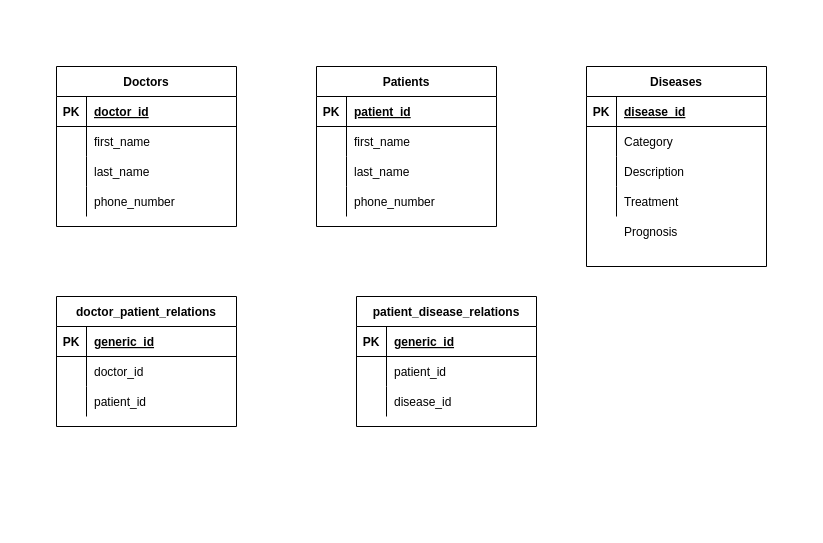
Earlier version of the draw.io diagram page "medical_center" (2 of 7) of hackOrSnooze/Untitled Diagram.drawio (brianjburrow/draw.io). Source tidied: cells renumbered, new cells numbered last; positions are measured from the earlier drawing's top-left corner, leaving out a move shared by most shapes. Both pictures are drawn from the tidied source at 100%, with x=0, y=0 at pixel (56, 66).
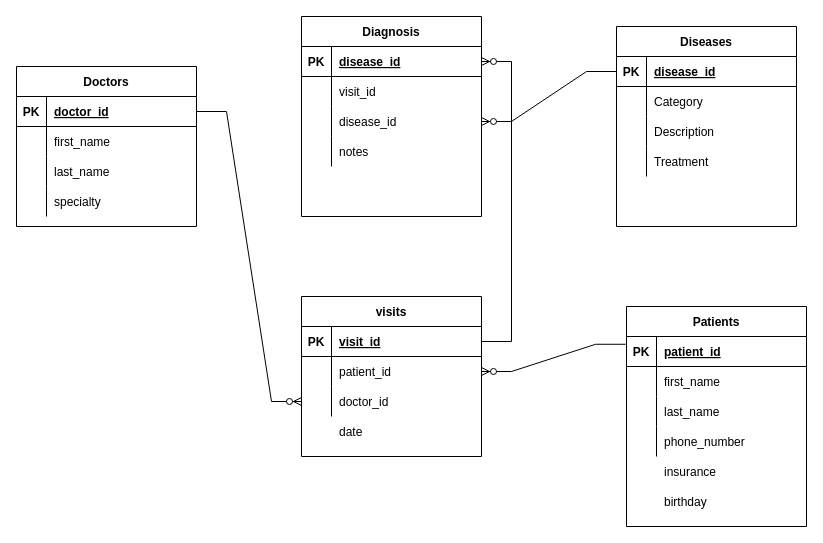
Above is the later version.

The change refers to these unchanged cells:
```xml
<mxCell id="3" style="shape=partialRectangle;fillColor=none;top=0;left=0;bottom=1;right=0;points=[[0,0.5],[1,0.5]];portConstraint=eastwest;" parent="2" vertex="1">
  <mxGeometry y="30" width="180" height="30" as="geometry" />
</mxCell>
<mxCell id="12" style="shape=partialRectangle;fillColor=none;top=0;left=0;bottom=0;right=0;" parent="2" vertex="1">
  <mxGeometry y="120" width="180" height="30" as="geometry" />
</mxCell>
<mxCell id="16" style="shape=partialRectangle;fillColor=none;top=0;left=0;bottom=1;right=0;points=[[0,0.5],[1,0.5]];portConstraint=eastwest;" parent="15" vertex="1">
  <mxGeometry y="30" width="180" height="30" as="geometry" />
</mxCell>
<mxCell id="29" style="shape=partialRectangle;fillColor=none;top=0;left=0;bottom=1;right=0;points=[[0,0.5],[1,0.5]];portConstraint=eastwest;" parent="28" vertex="1">
  <mxGeometry y="30" width="180" height="30" as="geometry" />
</mxCell>
<mxCell id="52" style="shape=partialRectangle;fillColor=none;top=0;left=0;bottom=1;right=0;points=[[0,0.5],[1,0.5]];portConstraint=eastwest;" parent="51" vertex="1">
  <mxGeometry y="30" width="180" height="30" as="geometry" />
</mxCell>
<mxCell id="55" style="shape=partialRectangle;fillColor=none;top=0;left=0;bottom=0;right=0;points=[[0,0.5],[1,0.5]];portConstraint=eastwest;" parent="51" vertex="1">
  <mxGeometry y="60" width="180" height="30" as="geometry" />
</mxCell>
<mxCell id="58" style="shape=partialRectangle;fillColor=none;top=0;left=0;bottom=0;right=0;points=[[0,0.5],[1,0.5]];portConstraint=eastwest;" parent="51" vertex="1">
  <mxGeometry y="90" width="180" height="30" as="geometry" />
</mxCell>
```

Change to the diagram source:
```diff
@@
     <mxCell id="2" value="Doctors" style="shape=table;startSize=30;childLayout=tableLayout;rowLines=0;fontStyle=1;align=center;" parent="1" vertex="1">
-      <mxGeometry width="180" height="160" as="geometry" />
+      <mxGeometry x="-40" width="180" height="160" as="geometry" />
     </mxCell>
@@
-    <mxCell id="14" value="phone_number" style="shape=partialRectangle;fillColor=none;top=0;left=0;bottom=0;right=0;align=left;spacingLeft=6;overflow=hidden;" parent="12" vertex="1">
+    <mxCell id="14" value="specialty" style="shape=partialRectangle;fillColor=none;top=0;left=0;bottom=0;right=0;align=left;spacingLeft=6;overflow=hidden;" parent="12" vertex="1">
       <mxGeometry x="30" width="150" height="30" as="geometry" />
     </mxCell>
     <mxCell id="15" value="Patients" style="shape=table;startSize=30;childLayout=tableLayout;rowLines=0;fontStyle=1;align=center;" parent="1" vertex="1">
-      <mxGeometry x="260" width="180" height="160" as="geometry" />
+      <mxGeometry x="570" y="240" width="180" height="220" as="geometry" />
     </mxCell>
@@
     <mxCell id="28" value="Diseases" style="shape=table;startSize=30;childLayout=tableLayout;rowLines=0;fontStyle=1;align=center;" parent="1" vertex="1">
-      <mxGeometry x="530" width="180" height="200" as="geometry" />
+      <mxGeometry x="560" y="-40" width="180" height="200" as="geometry" />
     </mxCell>
@@
-    <mxCell id="41" value="doctor_patient_relations" style="shape=table;startSize=30;childLayout=tableLayout;rowLines=0;fontStyle=1;align=center;" parent="1" vertex="1">
-      <mxGeometry y="230" width="180" height="130" as="geometry" />
-    </mxCell>
-    <mxCell id="42" style="shape=partialRectangle;fillColor=none;top=0;left=0;bottom=1;right=0;points=[[0,0.5],[1,0.5]];portConstraint=eastwest;" parent="41" vertex="1">
-      <mxGeometry y="30" width="180" height="30" as="geometry" />
-    </mxCell>
-    <mxCell id="43" value="PK" style="shape=partialRectangle;fillColor=none;top=0;left=0;bottom=0;right=0;fontStyle=1;overflow=hidden;" parent="42" vertex="1">
-      <mxGeometry width="30" height="30" as="geometry" />
-    </mxCell>
-    <mxCell id="44" value="generic_id" style="shape=partialRectangle;fillColor=none;top=0;left=0;bottom=0;right=0;align=left;spacingLeft=6;fontStyle=5;overflow=hidden;" parent="42" vertex="1">
-      <mxGeometry x="30" width="150" height="30" as="geometry" />
-    </mxCell>
-    <mxCell id="45" style="shape=partialRectangle;fillColor=none;top=0;left=0;bottom=0;right=0;" parent="41" vertex="1">
-      <mxGeometry y="60" width="180" height="30" as="geometry" />
-    </mxCell>
-    <mxCell id="46" style="shape=partialRectangle;fillColor=none;top=0;left=0;bottom=0;right=0;overflow=hidden;" parent="45" vertex="1">
-      <mxGeometry width="30" height="30" as="geometry" />
-    </mxCell>
-    <mxCell id="47" value="doctor_id" style="shape=partialRectangle;fillColor=none;top=0;left=0;bottom=0;right=0;align=left;spacingLeft=6;overflow=hidden;" parent="45" vertex="1">
-      <mxGeometry x="30" width="150" height="30" as="geometry" />
-    </mxCell>
-    <mxCell id="48" style="shape=partialRectangle;fillColor=none;top=0;left=0;bottom=0;right=0;points=[[0,0.5],[1,0.5]];portConstraint=eastwest;" parent="41" vertex="1">
-      <mxGeometry y="90" width="180" height="30" as="geometry" />
-    </mxCell>
-    <mxCell id="49" style="shape=partialRectangle;fillColor=none;top=0;left=0;bottom=0;right=0;overflow=hidden;" parent="48" vertex="1">
-      <mxGeometry width="30" height="30" as="geometry" />
-    </mxCell>
-    <mxCell id="50" value="patient_id" style="shape=partialRectangle;fillColor=none;top=0;left=0;bottom=0;right=0;align=left;spacingLeft=6;overflow=hidden;" parent="48" vertex="1">
-      <mxGeometry x="30" width="150" height="30" as="geometry" />
-    </mxCell>
-    <mxCell id="51" value="patient_disease_relations" style="shape=table;startSize=30;childLayout=tableLayout;rowLines=0;fontStyle=1;align=center;" parent="1" vertex="1">
-      <mxGeometry x="300" y="230" width="180" height="130" as="geometry" />
+    <mxCell id="51" value="visits" style="shape=table;startSize=30;childLayout=tableLayout;rowLines=0;fontStyle=1;align=center;" parent="1" vertex="1">
+      <mxGeometry x="245" y="230" width="180" height="160" as="geometry" />
     </mxCell>
@@
-    <mxCell id="54" value="generic_id" style="shape=partialRectangle;fillColor=none;top=0;left=0;bottom=0;right=0;align=left;spacingLeft=6;fontStyle=5;overflow=hidden;" parent="52" vertex="1">
+    <mxCell id="54" value="visit_id" style="shape=partialRectangle;fillColor=none;top=0;left=0;bottom=0;right=0;align=left;spacingLeft=6;fontStyle=5;overflow=hidden;" parent="52" vertex="1">
       <mxGeometry x="30" width="150" height="30" as="geometry" />
     </mxCell>
@@
-    <mxCell id="60" value="disease_id" style="shape=partialRectangle;fillColor=none;top=0;left=0;bottom=0;right=0;align=left;spacingLeft=6;overflow=hidden;" parent="58" vertex="1">
+    <mxCell id="60" value="doctor_id" style="shape=partialRectangle;fillColor=none;top=0;left=0;bottom=0;right=0;align=left;spacingLeft=6;overflow=hidden;" parent="58" vertex="1">
       <mxGeometry x="30" width="150" height="30" as="geometry" />
     </mxCell>
-    <mxCell id="61" value="Prognosis" style="shape=partialRectangle;fillColor=none;top=0;left=0;bottom=0;right=0;align=left;spacingLeft=6;overflow=hidden;" parent="1" vertex="1">
-      <mxGeometry x="560" y="150" width="150" height="30" as="geometry" />
-    </mxCell>
+    <mxCell id="62" value="date" style="shape=partialRectangle;fillColor=none;top=0;left=0;bottom=0;right=0;align=left;spacingLeft=6;overflow=hidden;" parent="1" vertex="1">
+      <mxGeometry x="275" y="350" width="150" height="30" as="geometry" />
+    </mxCell>
+    <mxCell id="63" style="edgeStyle=entityRelationEdgeStyle;fontSize=12;html=1;endArrow=ERzeroToMany;endFill=1;rounded=0;exitX=1;exitY=0.5;exitDx=0;exitDy=0;entryX=0;entryY=0.5;entryDx=0;entryDy=0;" parent="1" edge="1" source="3" target="58">
+      <mxGeometry relative="1" as="geometry" />
+    </mxCell>
+    <mxCell id="64" style="edgeStyle=entityRelationEdgeStyle;fontSize=12;html=1;endArrow=ERzeroToMany;endFill=1;rounded=0;exitX=-0.005;exitY=0.259;exitDx=0;exitDy=0;exitPerimeter=0;entryX=1;entryY=0.5;entryDx=0;entryDy=0;" parent="1" edge="1" source="16" target="55">
+      <mxGeometry relative="1" as="geometry" />
+    </mxCell>
+    <mxCell id="65" value="Diagnosis" style="shape=table;startSize=30;childLayout=tableLayout;rowLines=0;fontStyle=1;align=center;" parent="1" vertex="1">
+      <mxGeometry x="245" y="-50" width="180" height="200" as="geometry" />
+    </mxCell>
+    <mxCell id="42" style="shape=partialRectangle;fillColor=none;top=0;left=0;bottom=1;right=0;points=[[0,0.5],[1,0.5]];portConstraint=eastwest;" parent="65" vertex="1">
+      <mxGeometry y="30" width="180" height="30" as="geometry" />
+    </mxCell>
+    <mxCell id="43" value="PK" style="shape=partialRectangle;fillColor=none;top=0;left=0;bottom=0;right=0;fontStyle=1;overflow=hidden;" parent="42" vertex="1">
+      <mxGeometry width="30" height="30" as="geometry" />
+    </mxCell>
+    <mxCell id="66" value="disease_id" style="shape=partialRectangle;fillColor=none;top=0;left=0;bottom=0;right=0;align=left;spacingLeft=6;fontStyle=5;overflow=hidden;" parent="42" vertex="1">
+      <mxGeometry x="30" width="150" height="30" as="geometry" />
+    </mxCell>
+    <mxCell id="45" style="shape=partialRectangle;fillColor=none;top=0;left=0;bottom=0;right=0;" parent="65" vertex="1">
+      <mxGeometry y="60" width="180" height="30" as="geometry" />
+    </mxCell>
+    <mxCell id="67" style="shape=partialRectangle;fillColor=none;top=0;left=0;bottom=0;right=0;overflow=hidden;" parent="45" vertex="1">
+      <mxGeometry width="30" height="30" as="geometry" />
+    </mxCell>
+    <mxCell id="68" value="visit_id" style="shape=partialRectangle;fillColor=none;top=0;left=0;bottom=0;right=0;align=left;spacingLeft=6;overflow=hidden;" parent="45" vertex="1">
+      <mxGeometry x="30" width="150" height="30" as="geometry" />
+    </mxCell>
+    <mxCell id="48" style="shape=partialRectangle;fillColor=none;top=0;left=0;bottom=0;right=0;points=[[0,0.5],[1,0.5]];portConstraint=eastwest;" parent="65" vertex="1">
+      <mxGeometry y="90" width="180" height="30" as="geometry" />
+    </mxCell>
+    <mxCell id="69" style="shape=partialRectangle;fillColor=none;top=0;left=0;bottom=0;right=0;overflow=hidden;" parent="48" vertex="1">
+      <mxGeometry width="30" height="30" as="geometry" />
+    </mxCell>
+    <mxCell id="70" value="disease_id" style="shape=partialRectangle;fillColor=none;top=0;left=0;bottom=0;right=0;align=left;spacingLeft=6;overflow=hidden;" parent="48" vertex="1">
+      <mxGeometry x="30" width="150" height="30" as="geometry" />
+    </mxCell>
+    <mxCell id="71" style="shape=partialRectangle;fillColor=none;top=0;left=0;bottom=0;right=0;" parent="65" vertex="1">
+      <mxGeometry y="120" width="180" height="30" as="geometry" />
+    </mxCell>
+    <mxCell id="72" style="shape=partialRectangle;fillColor=none;top=0;left=0;bottom=0;right=0;overflow=hidden;" parent="71" vertex="1">
+      <mxGeometry width="30" height="30" as="geometry" />
+    </mxCell>
+    <mxCell id="73" value="notes" style="shape=partialRectangle;fillColor=none;top=0;left=0;bottom=0;right=0;align=left;spacingLeft=6;overflow=hidden;" parent="71" vertex="1">
+      <mxGeometry x="30" width="150" height="30" as="geometry" />
+    </mxCell>
+    <mxCell id="74" style="edgeStyle=entityRelationEdgeStyle;fontSize=12;html=1;endArrow=ERzeroToMany;endFill=1;rounded=0;exitX=0;exitY=0.5;exitDx=0;exitDy=0;entryX=1;entryY=0.5;entryDx=0;entryDy=0;" parent="1" edge="1" source="29" target="48">
+      <mxGeometry relative="1" as="geometry" />
+    </mxCell>
+    <mxCell id="75" style="edgeStyle=entityRelationEdgeStyle;fontSize=12;html=1;endArrow=ERzeroToMany;endFill=1;rounded=0;entryX=1;entryY=0.5;entryDx=0;entryDy=0;exitX=1;exitY=0.5;exitDx=0;exitDy=0;" parent="1" edge="1" source="52" target="42">
+      <mxGeometry relative="1" as="geometry" />
+    </mxCell>
+    <mxCell id="76" style="shape=partialRectangle;fillColor=none;top=0;left=0;bottom=0;right=0;" parent="1" vertex="1">
+      <mxGeometry x="570" y="390" width="180" height="30" as="geometry" />
+    </mxCell>
+    <mxCell id="77" style="shape=partialRectangle;fillColor=none;top=0;left=0;bottom=0;right=0;overflow=hidden;" parent="76" vertex="1">
+      <mxGeometry width="30" height="30" as="geometry" />
+    </mxCell>
+    <mxCell id="78" value="insurance" style="shape=partialRectangle;fillColor=none;top=0;left=0;bottom=0;right=0;align=left;spacingLeft=6;overflow=hidden;" parent="76" vertex="1">
+      <mxGeometry x="30" width="150" height="30" as="geometry" />
+    </mxCell>
+    <mxCell id="79" style="shape=partialRectangle;fillColor=none;top=0;left=0;bottom=0;right=0;" parent="1" vertex="1">
+      <mxGeometry x="570" y="420" width="180" height="30" as="geometry" />
+    </mxCell>
+    <mxCell id="80" style="shape=partialRectangle;fillColor=none;top=0;left=0;bottom=0;right=0;overflow=hidden;" parent="79" vertex="1">
+      <mxGeometry width="30" height="30" as="geometry" />
+    </mxCell>
+    <mxCell id="81" value="birthday" style="shape=partialRectangle;fillColor=none;top=0;left=0;bottom=0;right=0;align=left;spacingLeft=6;overflow=hidden;" parent="79" vertex="1">
+      <mxGeometry x="30" width="150" height="30" as="geometry" />
+    </mxCell>
```
